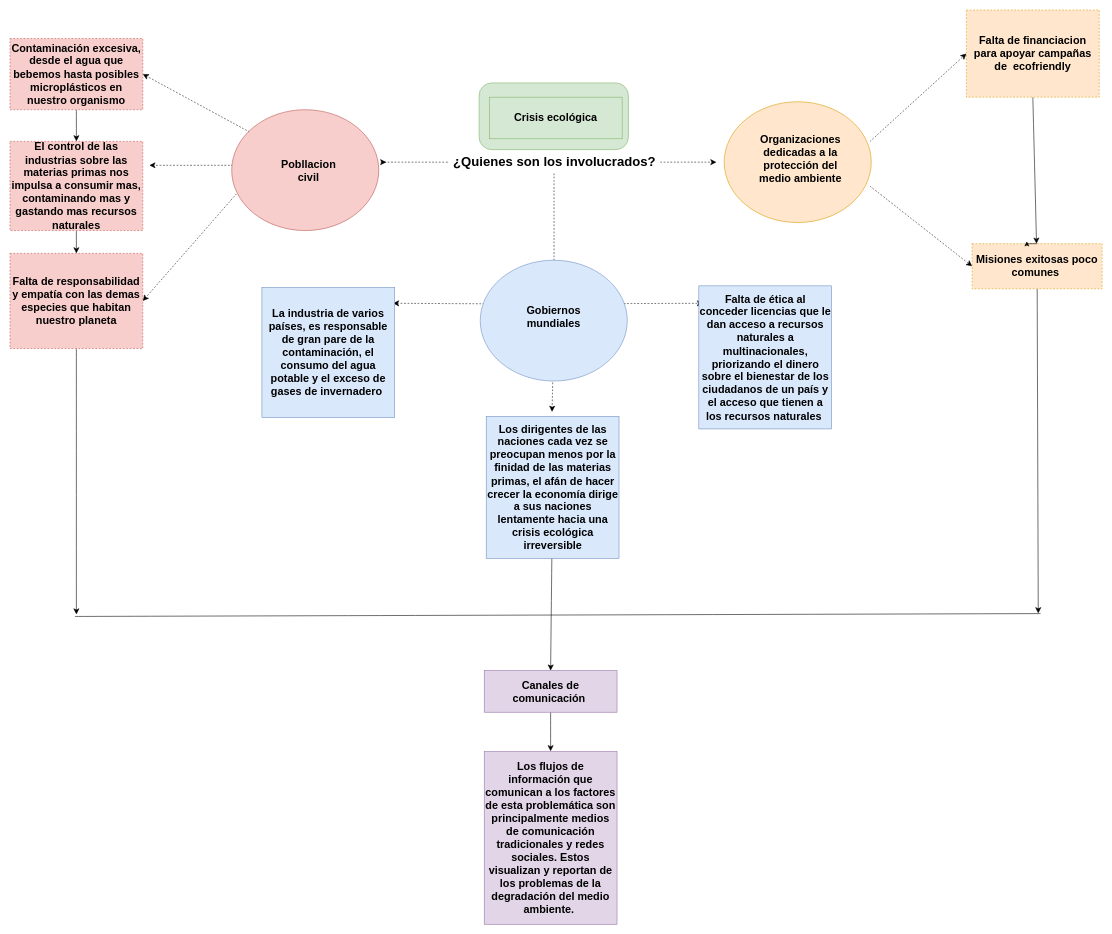
Earlier version of the draw.io diagram Diagrama sin título.drawio (Jprecial2002/Modelo-conceptual). Source tidied: cells renumbered, new cells numbered last; positions are measured from the earlier drawing's top-left corner, leaving out a move shared by most shapes. Both pictures are drawn from the tidied source at 57%, with x=0, y=0 at pixel (10, 10).
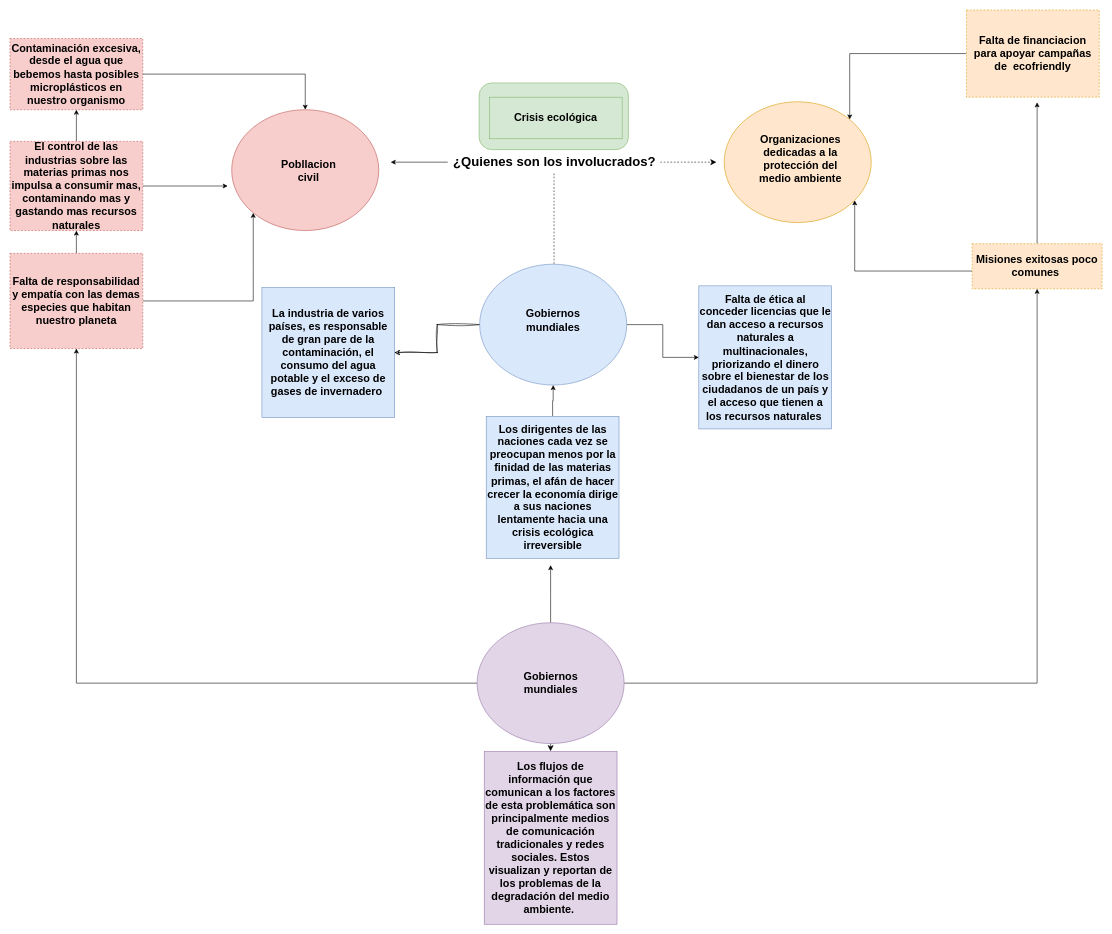
The same diagram, later.

Unchanged cells that the change refers to:
```xml
<mxCell id="7" value="&lt;span style=&quot;font-size: 23px;&quot;&gt;&lt;b&gt;¿Quienes son los involucrados?&lt;/b&gt;&lt;/span&gt;" style="text;html=1;align=center;verticalAlign=middle;points=[];strokeColor=none;fillColor=none;fontSize=16;" parent="1" vertex="1">
  <mxGeometry x="768" y="247" width="373" height="40" as="geometry" />
</mxCell>
<mxCell id="17" value="&lt;span style=&quot;font-size: 19px;&quot;&gt;&lt;b&gt;Falta de responsabilidad y empatía con las demas especies que habitan nuestro planeta&lt;/b&gt;&lt;/span&gt;" style="text;html=1;align=center;verticalAlign=middle;whiteSpace=wrap;rounded=0;fillColor=#f8cecc;strokeColor=#b85450;dashed=1;" parent="1" vertex="1">
  <mxGeometry y="427" width="233" height="167" as="geometry" />
</mxCell>
<mxCell id="19" value="&lt;span style=&quot;font-size: 19px;&quot;&gt;&lt;b&gt;El control de las industrias sobre las materias primas nos impulsa a consumir mas, contaminando mas y gastando mas recursos naturales&lt;/b&gt;&lt;/span&gt;" style="text;html=1;align=center;verticalAlign=middle;whiteSpace=wrap;rounded=0;fillColor=#f8cecc;strokeColor=#b85450;dashed=1;" parent="1" vertex="1">
  <mxGeometry y="230.5" width="233" height="156.5" as="geometry" />
</mxCell>
<mxCell id="21" value="&lt;span style=&quot;font-size: 19px;&quot;&gt;&lt;b&gt;Contaminación excesiva, desde el agua que bebemos hasta posibles microplásticos en nuestro organismo&lt;/b&gt;&lt;/span&gt;" style="text;html=1;align=center;verticalAlign=middle;whiteSpace=wrap;rounded=0;fillColor=#f8cecc;strokeColor=#b85450;dashed=1;" parent="1" vertex="1">
  <mxGeometry y="50" width="233" height="125" as="geometry" />
</mxCell>
<mxCell id="23" value="&lt;span style=&quot;font-size: 19px;&quot;&gt;&lt;b&gt;Misiones exitosas poco comunes&amp;nbsp;&lt;/b&gt;&lt;/span&gt;" style="text;html=1;align=center;verticalAlign=middle;whiteSpace=wrap;rounded=0;fillColor=#ffe6cc;strokeColor=#d79b00;dashed=1;" parent="1" vertex="1">
  <mxGeometry x="1688" y="410" width="228" height="79.2" as="geometry" />
</mxCell>
<mxCell id="25" value="&lt;span style=&quot;font-size: 19px;&quot;&gt;&lt;b&gt;Falta de financiacion para apoyar campañas de&amp;nbsp; ecofriendly&lt;/b&gt;&lt;/span&gt;" style="text;html=1;align=center;verticalAlign=middle;whiteSpace=wrap;rounded=0;fillColor=#ffe6cc;strokeColor=#d79b00;dashed=1;" parent="1" vertex="1">
  <mxGeometry x="1678" width="233" height="153" as="geometry" />
</mxCell>
<mxCell id="26" value="&lt;span style=&quot;font-size: 19px;&quot;&gt;&lt;b&gt;La industria de varios países, es responsable de gran pare de la contaminación, el consumo del agua potable y el exceso de gases de invernadero&amp;nbsp;&lt;/b&gt;&lt;/span&gt;" style="text;html=1;align=center;verticalAlign=middle;whiteSpace=wrap;rounded=0;fillColor=#dae8fc;strokeColor=#6c8ebf;" parent="1" vertex="1">
  <mxGeometry x="442" y="487" width="233" height="228" as="geometry" />
</mxCell>
<mxCell id="28" value="&lt;span style=&quot;font-size: 19px;&quot;&gt;&lt;b&gt;Los dirigentes de las naciones cada vez se preocupan menos por la finidad de las materias primas, el afán de hacer crecer la economía dirige a sus naciones lentamente hacia una crisis ecológica irreversible&lt;/b&gt;&lt;/span&gt;" style="text;html=1;align=center;verticalAlign=middle;whiteSpace=wrap;rounded=0;fillColor=#dae8fc;strokeColor=#6c8ebf;" parent="1" vertex="1">
  <mxGeometry x="835.5" y="713" width="233" height="249" as="geometry" />
</mxCell>
<mxCell id="29" value="&lt;span style=&quot;font-size: 19px;&quot;&gt;&lt;b&gt;Falta de ética al conceder licencias que le dan acceso a recursos naturales a multinacionales, priorizando el dinero sobre el bienestar de los ciudadanos de un país y el acceso que tienen a los recursos naturales&amp;nbsp;&lt;/b&gt;&lt;/span&gt;" style="text;html=1;align=center;verticalAlign=middle;whiteSpace=wrap;rounded=0;fillColor=#dae8fc;strokeColor=#6c8ebf;" parent="1" vertex="1">
  <mxGeometry x="1208.5" y="484" width="233" height="251" as="geometry" />
</mxCell>
<mxCell id="33" style="ellipse;whiteSpace=wrap;html=1;fillColor=#f8cecc;strokeColor=#b85450;" parent="1" vertex="1">
  <mxGeometry x="389" y="175" width="258" height="212" as="geometry" />
</mxCell>
<mxCell id="36" style="ellipse;whiteSpace=wrap;html=1;fillColor=#ffe6cc;strokeColor=#d79b00;" parent="1" vertex="1">
  <mxGeometry x="1253" y="161" width="258" height="212" as="geometry" />
</mxCell>
```

What changed in the source:
```diff
@@
-    <mxCell id="5" style="edgeStyle=none;curved=1;rounded=0;jettySize=auto;html=1;fontSize=12;startSize=8;endSize=8;dashed=1;" parent="1" edge="1" source="7">
-      <mxGeometry relative="1" as="geometry">
-        <mxPoint x="660.2" y="267" as="targetPoint" />
-        <Array as="points">
-          <mxPoint x="632" y="267" />
-        </Array>
-      </mxGeometry>
-    </mxCell>
@@
+    <mxCell id="41" style="edgeStyle=orthogonalEdgeStyle;rounded=0;jettySize=auto;html=1;" parent="1" edge="1" source="7">
+      <mxGeometry relative="1" as="geometry">
+        <mxPoint x="668" y="267" as="targetPoint" />
+      </mxGeometry>
+    </mxCell>
@@
-    <mxCell id="8" style="edgeStyle=none;curved=1;rounded=0;orthogonalLoop=1;jettySize=auto;html=1;fontSize=12;startSize=8;endSize=8;dashed=1;" parent="1" edge="1">
-      <mxGeometry relative="1" as="geometry">
-        <mxPoint x="397" y="272.5" as="sourcePoint" />
-        <mxPoint x="244.5" y="272.5" as="targetPoint" />
-      </mxGeometry>
-    </mxCell>
-    <mxCell id="9" style="edgeStyle=none;curved=1;rounded=0;jettySize=auto;html=1;fontSize=12;startSize=8;endSize=8;dashed=1;entryX=1;entryY=0.5;entryDx=0;entryDy=0;" parent="1" edge="1" target="21">
-      <mxGeometry relative="1" as="geometry">
-        <mxPoint x="420.1" y="214" as="sourcePoint" />
-      </mxGeometry>
-    </mxCell>
-    <mxCell id="10" style="edgeStyle=none;curved=1;rounded=0;jettySize=auto;html=1;fontSize=12;startSize=8;endSize=8;dashed=1;entryX=0;entryY=0.5;entryDx=0;entryDy=0;" parent="1" edge="1" target="25">
-      <mxGeometry relative="1" as="geometry">
-        <mxPoint x="1509" y="230.5" as="sourcePoint" />
-      </mxGeometry>
-    </mxCell>
-    <mxCell id="11" style="edgeStyle=none;curved=1;rounded=0;jettySize=auto;html=1;entryX=0;entryY=0.5;entryDx=0;entryDy=0;fontSize=12;startSize=8;endSize=8;dashed=1;" parent="1" edge="1" target="23">
-      <mxGeometry relative="1" as="geometry">
-        <mxPoint x="1509" y="309.2" as="sourcePoint" />
-      </mxGeometry>
-    </mxCell>
-    <mxCell id="12" style="edgeStyle=none;curved=1;rounded=0;orthogonalLoop=1;jettySize=auto;html=1;fontSize=12;startSize=8;endSize=8;dashed=1;exitX=0.5;exitY=1;exitDx=0;exitDy=0;" parent="1" edge="1">
-      <mxGeometry relative="1" as="geometry">
-        <mxPoint x="954.5" y="552" as="sourcePoint" />
-        <mxPoint x="951" y="705" as="targetPoint" />
-      </mxGeometry>
-    </mxCell>
-    <mxCell id="13" style="edgeStyle=none;curved=1;rounded=0;jettySize=auto;html=1;fontSize=12;startSize=8;endSize=8;dashed=1;entryX=0.987;entryY=0.121;entryDx=0;entryDy=0;entryPerimeter=0;exitX=0;exitY=0.5;exitDx=0;exitDy=0;" parent="1" edge="1" target="26">
-      <mxGeometry relative="1" as="geometry">
-        <mxPoint x="838" y="515.5" as="sourcePoint" />
-      </mxGeometry>
-    </mxCell>
-    <mxCell id="14" style="edgeStyle=none;curved=1;rounded=0;jettySize=auto;html=1;fontSize=12;startSize=8;endSize=8;dashed=1;entryX=0.032;entryY=0.122;entryDx=0;entryDy=0;entryPerimeter=0;" parent="1" edge="1" target="29">
-      <mxGeometry relative="1" as="geometry">
-        <mxPoint x="1071" y="515.1" as="sourcePoint" />
-      </mxGeometry>
-    </mxCell>
-    <mxCell id="15" style="edgeStyle=none;curved=1;rounded=0;jettySize=auto;html=1;fontSize=12;startSize=8;endSize=8;dashed=1;entryX=1;entryY=0.5;entryDx=0;entryDy=0;" parent="1" edge="1" target="17">
-      <mxGeometry relative="1" as="geometry">
-        <mxPoint x="397" y="323" as="sourcePoint" />
-      </mxGeometry>
-    </mxCell>
-    <mxCell id="16" style="edgeStyle=none;curved=1;rounded=0;jettySize=auto;html=1;fontSize=12;startSize=8;endSize=8;" parent="1" edge="1" source="17">
-      <mxGeometry relative="1" as="geometry">
-        <mxPoint x="116.5" y="1060.5" as="targetPoint" />
-      </mxGeometry>
-    </mxCell>
+    <mxCell id="42" style="edgeStyle=orthogonalEdgeStyle;rounded=0;jettySize=auto;html=1;exitX=0.5;exitY=0;exitDx=0;exitDy=0;entryX=0.5;entryY=1;entryDx=0;entryDy=0;" parent="1" edge="1" source="17" target="19">
+      <mxGeometry relative="1" as="geometry" />
+    </mxCell>
+    <mxCell id="43" style="edgeStyle=orthogonalEdgeStyle;rounded=0;jettySize=auto;html=1;entryX=0;entryY=1;entryDx=0;entryDy=0;" parent="1" edge="1" source="17" target="33">
+      <mxGeometry relative="1" as="geometry" />
+    </mxCell>
@@
-    <mxCell id="18" style="edgeStyle=none;curved=1;rounded=0;jettySize=auto;html=1;exitX=0.5;exitY=1;exitDx=0;exitDy=0;entryX=0.5;entryY=0;entryDx=0;entryDy=0;fontSize=12;startSize=8;endSize=8;" parent="1" edge="1" source="19" target="17">
-      <mxGeometry relative="1" as="geometry" />
-    </mxCell>
+    <mxCell id="44" style="edgeStyle=orthogonalEdgeStyle;rounded=0;jettySize=auto;html=1;entryX=0.5;entryY=1;entryDx=0;entryDy=0;" parent="1" edge="1" source="19" target="21">
+      <mxGeometry relative="1" as="geometry" />
+    </mxCell>
+    <mxCell id="45" style="edgeStyle=orthogonalEdgeStyle;rounded=0;jettySize=auto;html=1;" parent="1" edge="1" source="19">
+      <mxGeometry relative="1" as="geometry">
+        <mxPoint x="382" y="308.8" as="targetPoint" />
+      </mxGeometry>
+    </mxCell>
@@
-    <mxCell id="20" style="edgeStyle=none;curved=1;rounded=0;jettySize=auto;html=1;exitX=0.5;exitY=1;exitDx=0;exitDy=0;entryX=0.5;entryY=0;entryDx=0;entryDy=0;fontSize=12;startSize=8;endSize=8;" parent="1" edge="1" source="21" target="19">
-      <mxGeometry relative="1" as="geometry" />
-    </mxCell>
@@
-    <mxCell id="22" style="edgeStyle=none;curved=1;rounded=0;jettySize=auto;html=1;fontSize=12;startSize=8;endSize=8;" parent="1" edge="1" source="23">
-      <mxGeometry relative="1" as="geometry">
-        <mxPoint x="1804" y="1058.5" as="targetPoint" />
-      </mxGeometry>
-    </mxCell>
+    <mxCell id="46" style="edgeStyle=orthogonalEdgeStyle;rounded=0;jettySize=auto;html=1;" parent="1" edge="1" source="23">
+      <mxGeometry relative="1" as="geometry">
+        <mxPoint x="1802" y="162" as="targetPoint" />
+      </mxGeometry>
+    </mxCell>
+    <mxCell id="47" style="edgeStyle=orthogonalEdgeStyle;rounded=0;jettySize=auto;html=1;" parent="1" edge="1" source="23" target="36">
+      <mxGeometry relative="1" as="geometry">
+        <Array as="points">
+          <mxPoint x="1482" y="458" />
+        </Array>
+      </mxGeometry>
+    </mxCell>
@@
-    <mxCell id="24" style="edgeStyle=none;curved=1;rounded=0;jettySize=auto;html=1;exitX=0.5;exitY=1;exitDx=0;exitDy=0;fontSize=12;startSize=8;endSize=8;" parent="1" edge="1" source="25" target="23">
-      <mxGeometry relative="1" as="geometry" />
-    </mxCell>
+    <mxCell id="48" style="edgeStyle=orthogonalEdgeStyle;rounded=0;jettySize=auto;html=1;entryX=1;entryY=0;entryDx=0;entryDy=0;" parent="1" edge="1" source="25" target="36">
+      <mxGeometry relative="1" as="geometry">
+        <Array as="points">
+          <mxPoint x="1473" y="76" />
+        </Array>
+      </mxGeometry>
+    </mxCell>
@@
-    <mxCell id="27" style="edgeStyle=none;curved=1;rounded=0;jettySize=auto;html=1;fontSize=12;startSize=8;endSize=8;entryX=0.5;entryY=0;entryDx=0;entryDy=0;" parent="1" edge="1" source="28" target="32">
-      <mxGeometry relative="1" as="geometry" />
-    </mxCell>
+    <mxCell id="49" style="edgeStyle=orthogonalEdgeStyle;rounded=0;jettySize=auto;html=1;entryX=0.5;entryY=1;entryDx=0;entryDy=0;" parent="1" edge="1" source="28" target="37">
+      <mxGeometry relative="1" as="geometry" />
+    </mxCell>
@@
-    <mxCell id="30" style="endArrow=none;html=1;rounded=0;fontSize=12;startSize=8;endSize=8;curved=1;" parent="1" edge="1">
-      <mxGeometry relative="1" as="geometry">
-        <mxPoint x="114" y="1064" as="sourcePoint" />
-        <mxPoint x="1808" y="1059" as="targetPoint" />
-      </mxGeometry>
-    </mxCell>
-    <mxCell id="31" style="edgeStyle=none;curved=1;rounded=0;jettySize=auto;html=1;fontSize=12;startSize=8;endSize=8;" parent="1" edge="1" source="32">
+    <mxCell id="31" style="edgeStyle=none;curved=1;rounded=0;orthogonalLoop=1;jettySize=auto;html=1;fontSize=12;startSize=8;endSize=8;" parent="1" edge="1">
       <mxGeometry relative="1" as="geometry">
+        <mxPoint x="948.5" y="1232" as="sourcePoint" />
         <mxPoint x="948.5" y="1300.5" as="targetPoint" />
       </mxGeometry>
     </mxCell>
-    <mxCell id="32" value="&lt;font style=&quot;font-size: 19px;&quot;&gt;&lt;b&gt;Canales de comunicación&amp;nbsp;&lt;/b&gt;&lt;/font&gt;" style="text;html=1;align=center;verticalAlign=middle;whiteSpace=wrap;rounded=0;fillColor=#e1d5e7;strokeColor=#9673a6;" parent="1" vertex="1">
-      <mxGeometry x="832" y="1159" width="233" height="73" as="geometry" />
-    </mxCell>
@@
+    <mxCell id="50" style="edgeStyle=orthogonalEdgeStyle;rounded=0;jettySize=auto;html=1;exitX=1;exitY=0.5;exitDx=0;exitDy=0;" parent="1" edge="1" source="37" target="29">
+      <mxGeometry relative="1" as="geometry" />
+    </mxCell>
+    <mxCell id="51" style="edgeStyle=orthogonalEdgeStyle;rounded=0;jettySize=auto;html=1;exitX=0;exitY=0.5;exitDx=0;exitDy=0;entryX=1;entryY=0.5;entryDx=0;entryDy=0;sketch=1;curveFitting=1;jiggle=2;" parent="1" edge="1" source="37" target="26">
+      <mxGeometry relative="1" as="geometry" />
+    </mxCell>
     <mxCell id="37" style="ellipse;whiteSpace=wrap;html=1;fillColor=#dae8fc;strokeColor=#6c8ebf;" parent="1" vertex="1">
-      <mxGeometry x="825" y="439" width="258" height="212" as="geometry" />
+      <mxGeometry x="824" y="446" width="258" height="212" as="geometry" />
     </mxCell>
     <mxCell id="38" value="&lt;span style=&quot;font-size: 19px;&quot;&gt;&lt;b&gt;Gobiernos mundiales&lt;/b&gt;&lt;/span&gt;" style="text;html=1;align=center;verticalAlign=middle;whiteSpace=wrap;rounded=0;strokeWidth=1;" parent="1" vertex="1">
-      <mxGeometry x="924" y="523" width="60" height="30" as="geometry" />
+      <mxGeometry x="923" y="530" width="60" height="30" as="geometry" />
     </mxCell>
@@
-    <mxCell id="40" style="edgeStyle=orthogonalEdgeStyle;rounded=0;orthogonalLoop=1;jettySize=auto;html=1;exitX=0.5;exitY=0;exitDx=0;exitDy=0;entryX=0.421;entryY=-0.05;entryDx=0;entryDy=0;entryPerimeter=0;" parent="1" edge="1" source="23" target="23">
-      <mxGeometry relative="1" as="geometry" />
-    </mxCell>
+    <mxCell id="52" style="edgeStyle=orthogonalEdgeStyle;rounded=0;jettySize=auto;html=1;entryX=0.5;entryY=1;entryDx=0;entryDy=0;" parent="1" edge="1" source="55" target="17">
+      <mxGeometry relative="1" as="geometry" />
+    </mxCell>
+    <mxCell id="53" style="edgeStyle=orthogonalEdgeStyle;rounded=0;jettySize=auto;html=1;entryX=0.5;entryY=1;entryDx=0;entryDy=0;" parent="1" edge="1" source="55" target="23">
+      <mxGeometry relative="1" as="geometry" />
+    </mxCell>
+    <mxCell id="54" style="edgeStyle=orthogonalEdgeStyle;rounded=0;jettySize=auto;html=1;" parent="1" edge="1" source="55">
+      <mxGeometry relative="1" as="geometry">
+        <mxPoint x="948.5" y="974" as="targetPoint" />
+      </mxGeometry>
+    </mxCell>
+    <mxCell id="55" style="ellipse;whiteSpace=wrap;html=1;fillColor=#e1d5e7;strokeColor=#9673a6;" parent="1" vertex="1">
+      <mxGeometry x="819.5" y="1075" width="258" height="212" as="geometry" />
+    </mxCell>
+    <mxCell id="56" value="&lt;span style=&quot;font-size: 19px;&quot;&gt;&lt;b&gt;Gobiernos mundiales&lt;/b&gt;&lt;/span&gt;" style="text;html=1;align=center;verticalAlign=middle;whiteSpace=wrap;rounded=0;strokeWidth=1;" parent="1" vertex="1">
+      <mxGeometry x="918.5" y="1166" width="60" height="30" as="geometry" />
+    </mxCell>
+    <mxCell id="57" style="edgeStyle=orthogonalEdgeStyle;rounded=0;jettySize=auto;html=1;exitX=1;exitY=0.5;exitDx=0;exitDy=0;entryX=0.5;entryY=0;entryDx=0;entryDy=0;" parent="1" edge="1" source="21" target="33">
+      <mxGeometry relative="1" as="geometry" />
+    </mxCell>
```
